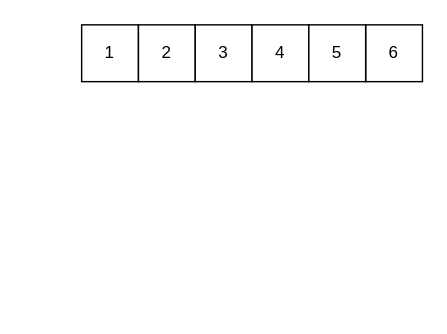
Above: Untitled Diagram.drawio in ZaqueuCavalcante/Algorithms-and-Data-Structures (draw.io), before the change. Source tidied: cells renumbered, new cells numbered last; positions are measured from the earlier drawing's top-left corner, leaving out a move shared by most shapes. Both pictures are drawn from the tidied source at 142%, with x=0, y=0 at pixel (81, 24).
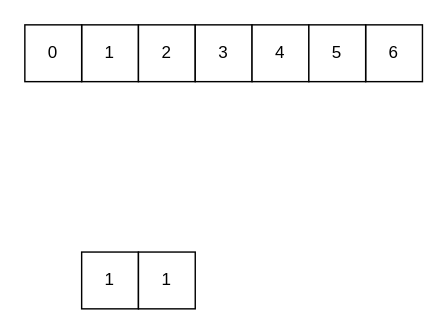
The same page after the edit.

Change to the diagram source:
```diff
@@
 <mxGraphModel>
   <root>
     <mxCell id="0" />
     <mxCell id="1" parent="0" />
     <mxCell id="2" value="1" style="rounded=0;whiteSpace=wrap;html=1;" parent="1" vertex="1">
       <mxGeometry width="40" height="40" as="geometry" />
     </mxCell>
     <mxCell id="3" value="2" style="rounded=0;whiteSpace=wrap;html=1;" parent="1" vertex="1">
       <mxGeometry x="40" width="40" height="40" as="geometry" />
     </mxCell>
     <mxCell id="4" value="3" style="rounded=0;whiteSpace=wrap;html=1;" parent="1" vertex="1">
       <mxGeometry x="80" width="40" height="40" as="geometry" />
     </mxCell>
     <mxCell id="5" value="4" style="rounded=0;whiteSpace=wrap;html=1;" parent="1" vertex="1">
       <mxGeometry x="120" width="40" height="40" as="geometry" />
     </mxCell>
     <mxCell id="6" value="6" style="rounded=0;whiteSpace=wrap;html=1;" parent="1" vertex="1">
       <mxGeometry x="200" width="40" height="40" as="geometry" />
     </mxCell>
     <mxCell id="7" value="5" style="rounded=0;whiteSpace=wrap;html=1;" parent="1" vertex="1">
       <mxGeometry x="160" width="40" height="40" as="geometry" />
     </mxCell>
+    <mxCell id="8" value="1" style="rounded=0;whiteSpace=wrap;html=1;" parent="1" vertex="1">
+      <mxGeometry y="160" width="40" height="40" as="geometry" />
+    </mxCell>
+    <mxCell id="9" value="1" style="rounded=0;whiteSpace=wrap;html=1;" parent="1" vertex="1">
+      <mxGeometry x="40" y="160" width="40" height="40" as="geometry" />
+    </mxCell>
+    <mxCell id="10" value="0" style="rounded=0;whiteSpace=wrap;html=1;" parent="1" vertex="1">
+      <mxGeometry x="-40" width="40" height="40" as="geometry" />
+    </mxCell>
   </root>
 </mxGraphModel>
```
